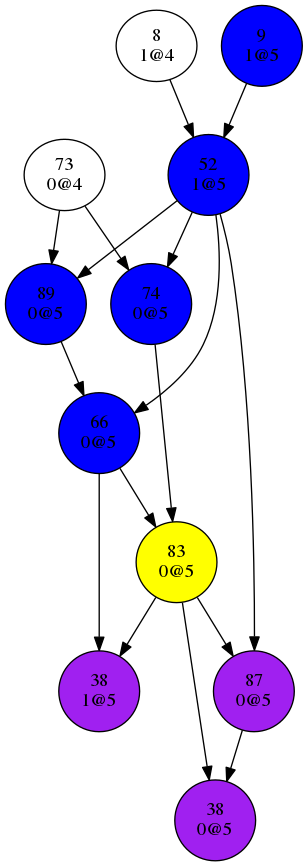
Above: dev/bin/conflictGraph0.png in Oxmose/SATSolver (Graphviz), before the change. Its source is kept beside it as dev/bin/conflictGraph0.dot.
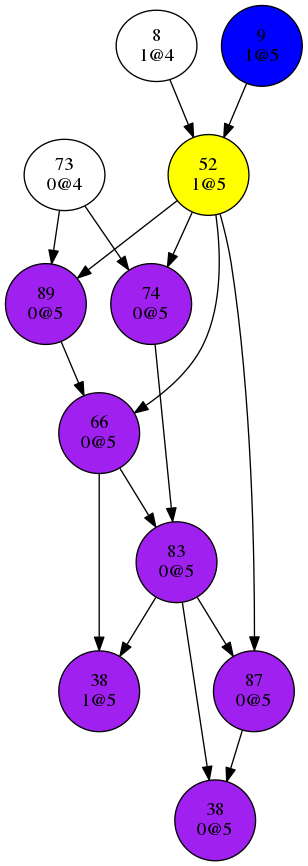
After the change.

Commit message:
Fixed UIP, but graph seems a bit strange

Change to the diagram source:
```diff
@@ -58,15 +58,15 @@
 "38
 1@5"[shape=circle, style=filled, fillcolor=purple];
 "52
-1@5"[shape=circle, style=filled, fillcolor=blue];
+1@5"[shape=circle, style=filled, fillcolor=yellow];
 "66
-0@5"[shape=circle, style=filled, fillcolor=blue];
+0@5"[shape=circle, style=filled, fillcolor=purple];
 "74
-0@5"[shape=circle, style=filled, fillcolor=blue];
+0@5"[shape=circle, style=filled, fillcolor=purple];
 "83
-0@5"[shape=circle, style=filled, fillcolor=yellow];
+0@5"[shape=circle, style=filled, fillcolor=purple];
 "87
 0@5"[shape=circle, style=filled, fillcolor=purple];
 "89
-0@5"[shape=circle, style=filled, fillcolor=blue];
+0@5"[shape=circle, style=filled, fillcolor=purple];
 }
```
